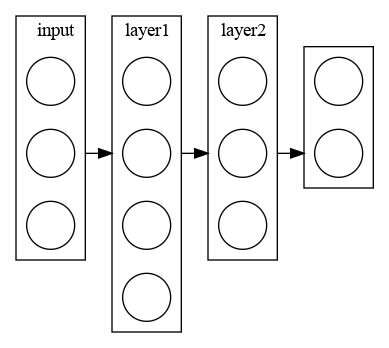
The Graphviz diagram plots/multilayer.gv.png in zelhar/mg22, before a commit. Its source is kept beside it as plots/multilayer.gv.
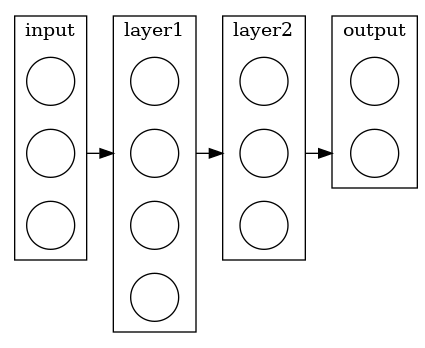
The same diagram one commit later.

Diff of the diagram source:
```diff
@@ -24,6 +24,7 @@
         z3 [shape=circle, label=""];
     }
 	subgraph cluster_layer3 {
+        label=output;
         w1 [shape=circle, label=""];
         w2 [shape=circle, label=""];
     }
```
